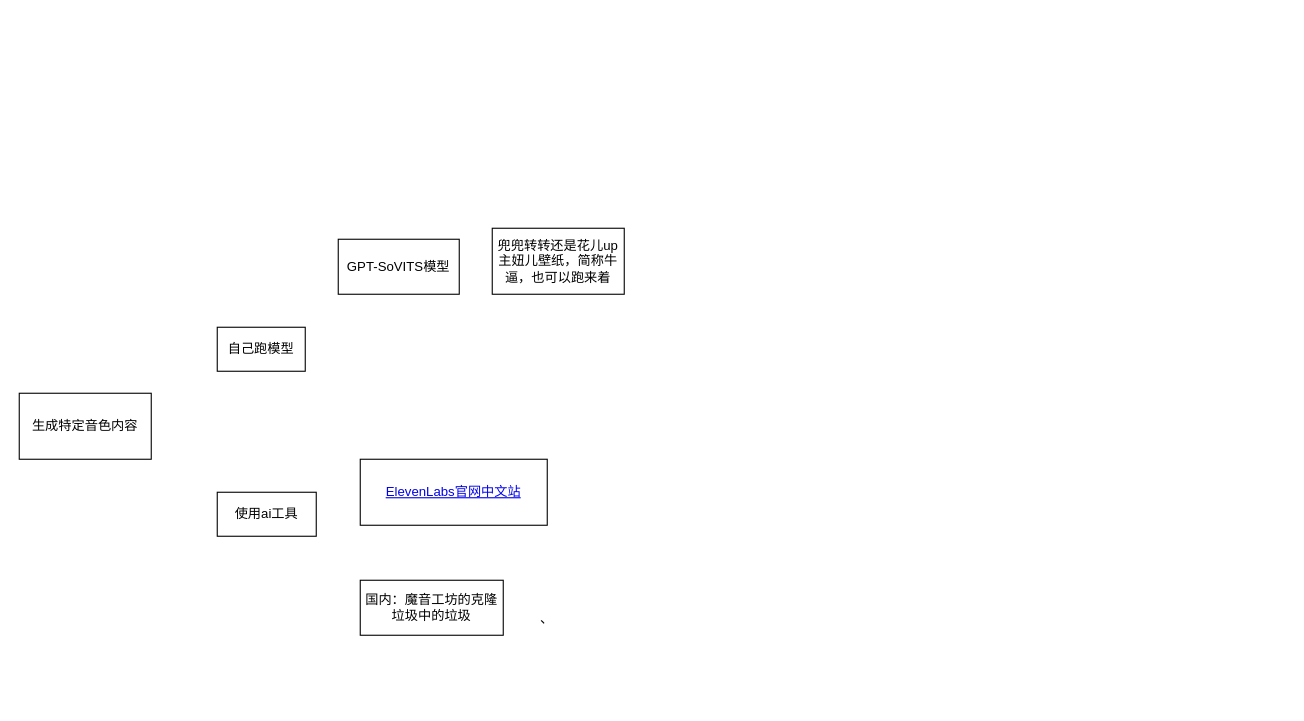
Before: 生成特定音色和内容.drawio in hhhhh15/drawio, a draw.io diagram. Source tidied: cells renumbered, new cells numbered last; positions are measured from the earlier drawing's top-left corner, leaving out a move shared by most shapes. Both pictures are drawn from the tidied source at 110%, with x=0, y=0 at pixel (19, 228).
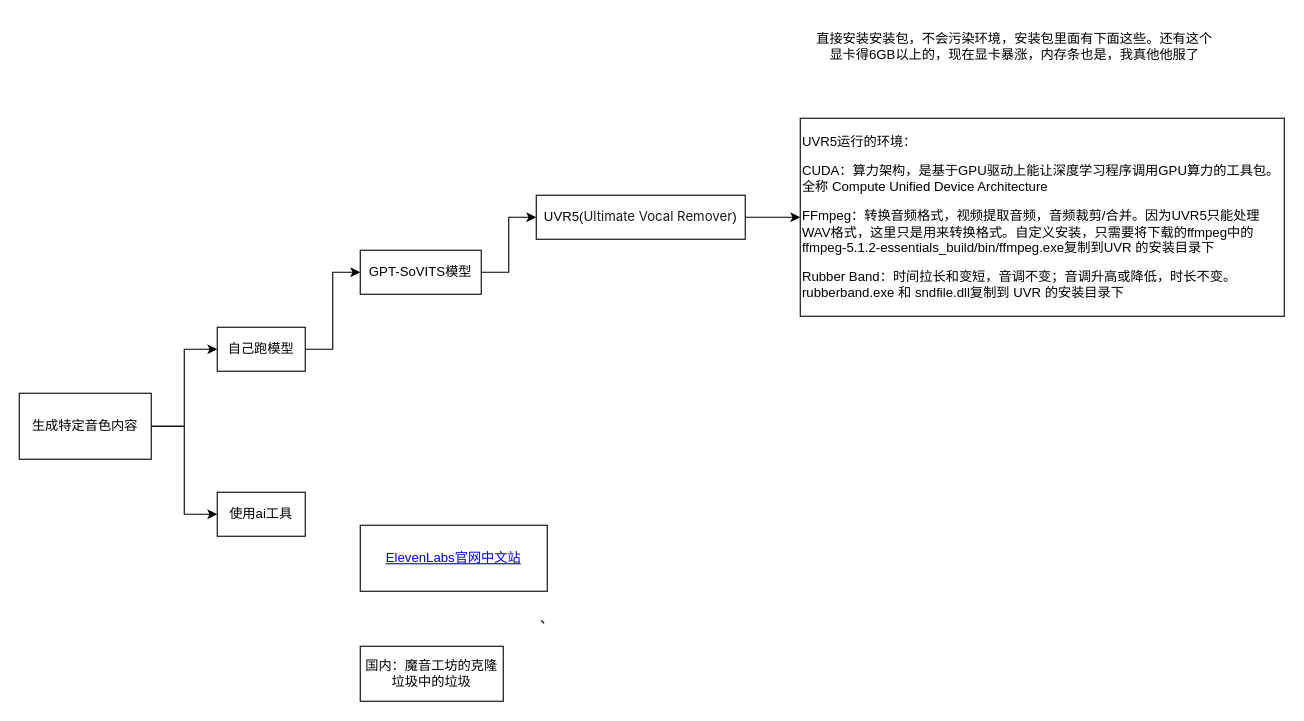
The same diagram, later.

Commit message (it also covers changes not shown here):
更新生成特定音色和内容.drawio

Change to the diagram source:
```diff
@@
 <mxGraphModel>
   <root>
     <mxCell id="0" />
     <mxCell id="1" parent="0" />
+    <mxCell id="10" style="edgeStyle=orthogonalEdgeStyle;rounded=0;jettySize=auto;html=1;entryX=0;entryY=0.5;entryDx=0;entryDy=0;" parent="1" edge="1" source="2" target="3">
+      <mxGeometry relative="1" as="geometry" />
+    </mxCell>
+    <mxCell id="11" style="edgeStyle=orthogonalEdgeStyle;rounded=0;jettySize=auto;html=1;entryX=0;entryY=0.5;entryDx=0;entryDy=0;" parent="1" edge="1" source="2" target="4">
+      <mxGeometry relative="1" as="geometry" />
+    </mxCell>
     <mxCell id="2" value="生成特定音色内容" style="whiteSpace=wrap;html=1;" parent="1" vertex="1">
       <mxGeometry y="150" width="120" height="60" as="geometry" />
     </mxCell>
+    <mxCell id="12" style="edgeStyle=orthogonalEdgeStyle;rounded=0;jettySize=auto;html=1;entryX=0;entryY=0.5;entryDx=0;entryDy=0;" parent="1" edge="1" source="3" target="9">
+      <mxGeometry relative="1" as="geometry" />
+    </mxCell>
     <mxCell id="3" value="自己跑模型" style="whiteSpace=wrap;html=1;" parent="1" vertex="1">
       <mxGeometry x="180" y="90" width="80" height="40" as="geometry" />
     </mxCell>
     <mxCell id="4" value="使用ai工具" style="whiteSpace=wrap;html=1;" parent="1" vertex="1">
-      <mxGeometry x="180" y="240" width="90" height="40" as="geometry" />
+      <mxGeometry x="180" y="240" width="80" height="40" as="geometry" />
     </mxCell>
     <mxCell id="5" value="国内：魔音工坊的克隆&lt;div&gt;垃圾中的垃圾&lt;/div&gt;" style="whiteSpace=wrap;html=1;" parent="1" vertex="1">
-      <mxGeometry x="310" y="320" width="130" height="50" as="geometry" />
+      <mxGeometry x="310" y="380" width="130" height="50" as="geometry" />
     </mxCell>
     <mxCell id="6" value="、" style="text;html=1;whiteSpace=wrap;strokeColor=none;fillColor=none;align=center;verticalAlign=middle;rounded=0;" parent="1" vertex="1">
       <mxGeometry x="450" y="340" width="60" height="30" as="geometry" />
     </mxCell>
     <mxCell id="7" value="&lt;a href=&quot;https://elevenlabscn.com/&quot;&gt;ElevenLabs官网中文站&lt;/a&gt;" style="whiteSpace=wrap;html=1;" parent="1" vertex="1">
-      <mxGeometry x="310" y="210" width="170" height="60" as="geometry" />
+      <mxGeometry x="310" y="270" width="170" height="60" as="geometry" />
     </mxCell>
-    <mxCell id="8" value="兜兜转转还是花儿up主妞儿壁纸，简称牛逼，也可以跑来着" style="whiteSpace=wrap;html=1;" parent="1" vertex="1">
-      <mxGeometry x="430" width="120" height="60" as="geometry" />
-    </mxCell>
+    <mxCell id="13" style="edgeStyle=orthogonalEdgeStyle;rounded=0;jettySize=auto;html=1;entryX=0;entryY=0.5;entryDx=0;entryDy=0;" parent="1" edge="1" source="9" target="15">
+      <mxGeometry relative="1" as="geometry" />
+    </mxCell>
     <mxCell id="9" value="GPT-SoVITS模型" style="whiteSpace=wrap;html=1;" parent="1" vertex="1">
-      <mxGeometry x="290" y="10" width="110" height="50" as="geometry" />
+      <mxGeometry x="310" y="20" width="110" height="40" as="geometry" />
     </mxCell>
+    <mxCell id="14" style="edgeStyle=orthogonalEdgeStyle;rounded=0;jettySize=auto;html=1;" parent="1" edge="1" source="15" target="16">
+      <mxGeometry relative="1" as="geometry" />
+    </mxCell>
+    <mxCell id="15" value="&lt;font style=&quot;font-size: 12px;&quot;&gt;UVR5(&lt;span style=&quot;color: rgb(25, 27, 31); font-family: -apple-system, BlinkMacSystemFont, &amp;quot;Helvetica Neue&amp;quot;, &amp;quot;PingFang SC&amp;quot;, &amp;quot;Microsoft YaHei&amp;quot;, &amp;quot;Source Han Sans SC&amp;quot;, &amp;quot;Noto Sans CJK SC&amp;quot;, &amp;quot;WenQuanYi Micro Hei&amp;quot;, &amp;quot;MiSans L3&amp;quot;, &amp;quot;Segoe UI&amp;quot;, sans-serif; text-align: start; background-color: rgb(255, 255, 255);&quot;&gt;Ultimate Vocal Remover&lt;/span&gt;)&lt;/font&gt;" style="whiteSpace=wrap;html=1;" parent="1" vertex="1">
+      <mxGeometry x="470" y="-30" width="190" height="40" as="geometry" />
+    </mxCell>
+    <mxCell id="16" value="&lt;p&gt;UVR5运行的环境：&lt;/p&gt;&lt;p&gt;CUDA：算力架构，是基于GPU驱动上能让深度学习程序调用GPU算力的工具包。全称 Compute Unified Device Architecture&lt;/p&gt;&lt;p&gt;FFmpeg：转换音频格式，视频提取音频，音频裁剪/合并。因为UVR5只能处理WAV格式，这里只是用来转换格式。自定义安装，只需要将下载的ffmpeg中的ffmpeg-5.1.2-essentials_build/bin/ffmpeg.exe复制到UVR 的安装目录下&lt;/p&gt;&lt;p&gt;Rubber Band：时间拉长和变短，音调不变；音调升高或降低，时长不变。rubberband.exe 和 sndfile.dll复制到 UVR 的安装目录下&lt;/p&gt;" style="whiteSpace=wrap;html=1;align=left;" parent="1" vertex="1">
+      <mxGeometry x="710" y="-100" width="440" height="180" as="geometry" />
+    </mxCell>
+    <mxCell id="17" value="直接安装安装包，不会污染环境，安装包里面有下面这些。还有这个显卡得6GB以上的，现在显卡暴涨，内存条也是，我真他他服了" style="text;html=1;whiteSpace=wrap;strokeColor=none;fillColor=none;align=center;verticalAlign=middle;rounded=0;" parent="1" vertex="1">
+      <mxGeometry x="720" y="-190" width="370" height="50" as="geometry" />
+    </mxCell>
   </root>
 </mxGraphModel>
```
